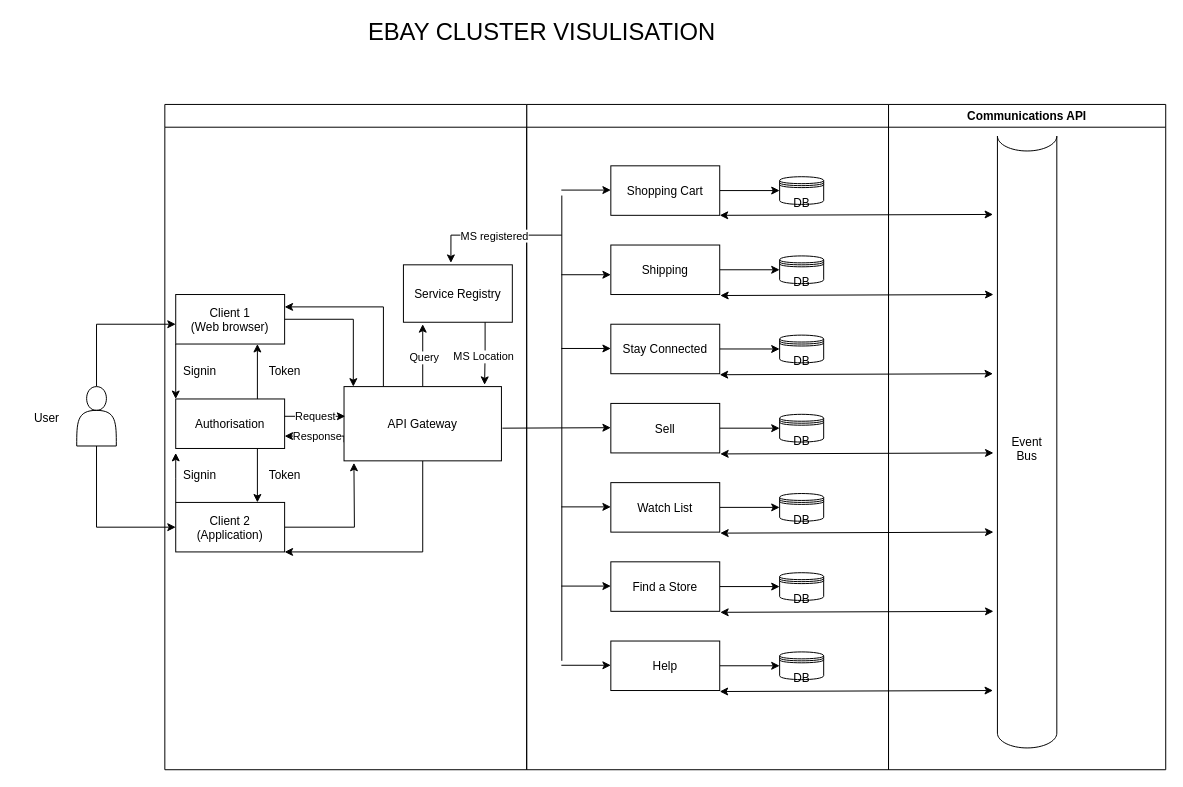
nicholas-carnie/Nicks-files keeps this draw.io diagram as ClusterVisulisation.drawio. Above is the earlier version. Source tidied: cells renumbered, new cells numbered last; positions are measured from the earlier drawing's top-left corner, leaving out a move shared by most shapes. Both pictures are drawn from the tidied source at 99%, with x=0, y=0 at pixel (17, 17).
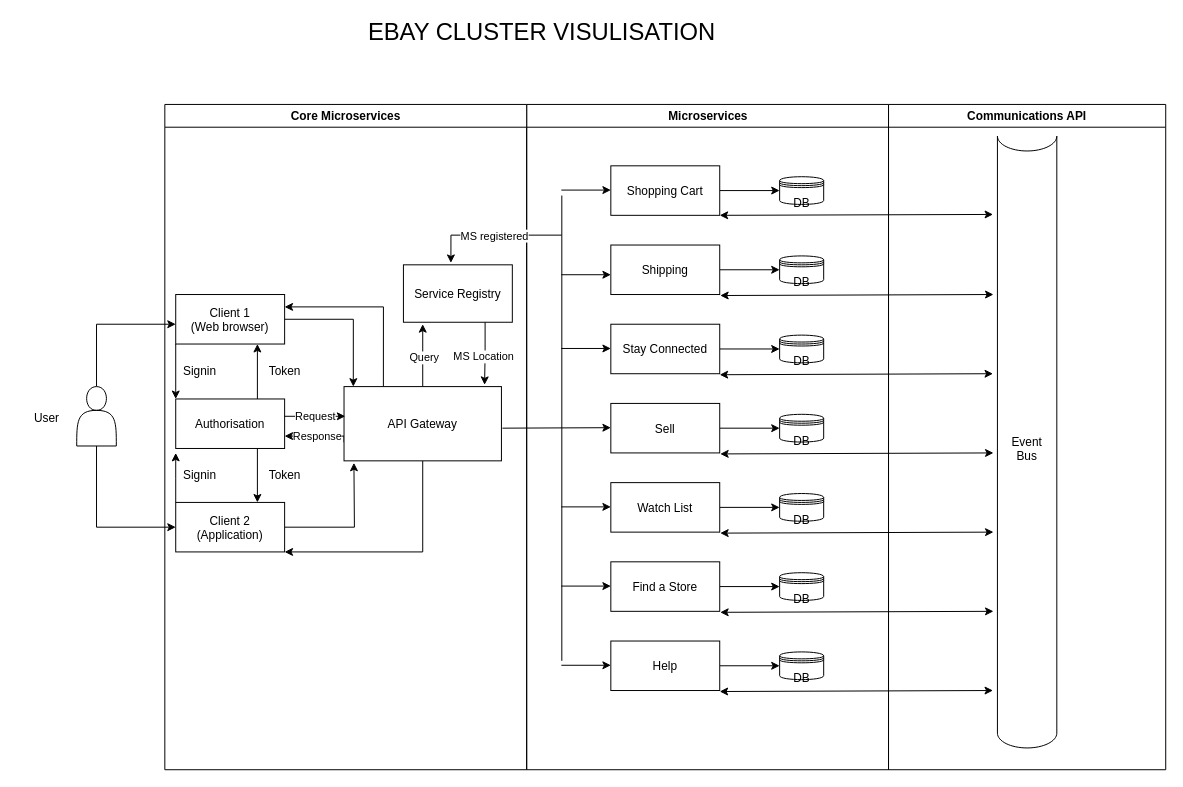
The same diagram, later.

Diff of the diagram source:
```diff
@@
-    <mxCell id="9" style="swimlane;whiteSpace=wrap;" parent="1" vertex="1">
+    <mxCell id="9" value="Microservices" style="swimlane;whiteSpace=wrap;" parent="1" vertex="1">
       <mxGeometry x="514.5" y="88" width="365.5" height="672" as="geometry" />
     </mxCell>
@@
-    <mxCell id="45" style="swimlane;whiteSpace=wrap;" parent="1" vertex="1">
+    <mxCell id="45" value="Core Microservices" style="swimlane;whiteSpace=wrap;" parent="1" vertex="1">
       <mxGeometry x="149" y="88" width="365.5" height="672" as="geometry" />
     </mxCell>
```
